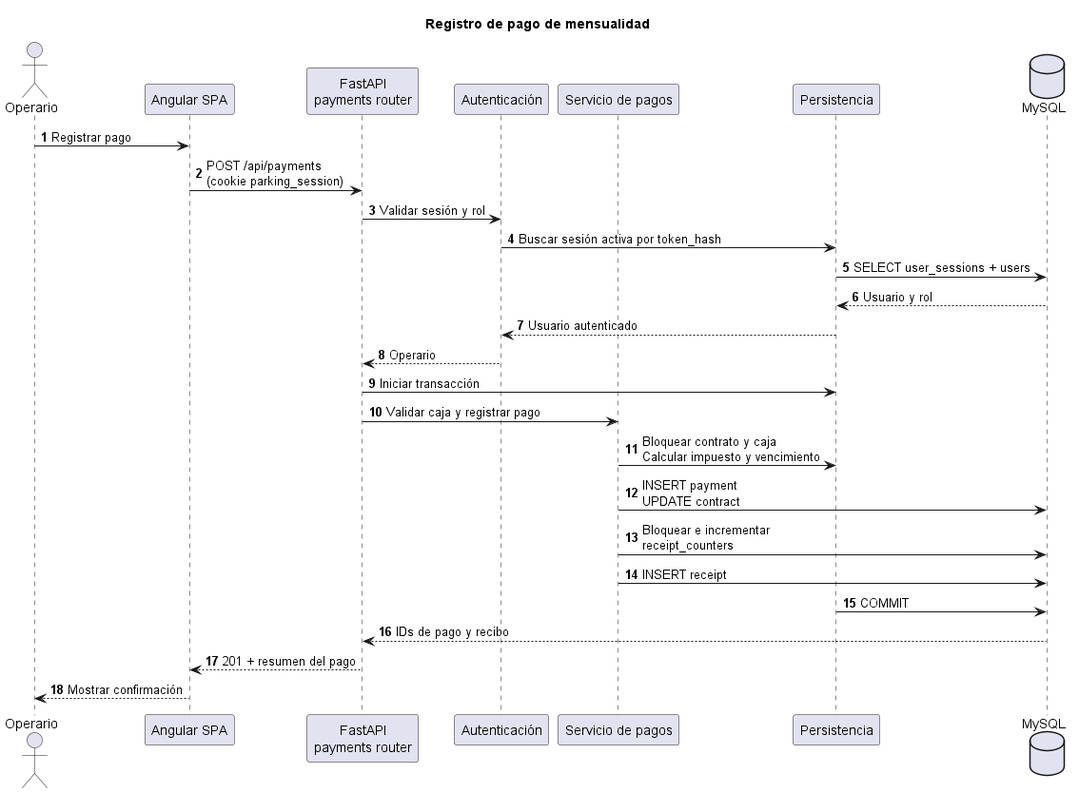
Above: out/docs/arquitectura-sistema/Flujo de registro de pago.png in 1J3G/parqueadero-colombia (PlantUML), before the change. Source of this version:
```plantuml
@startuml Flujo de registro de pago
title Registro de pago de mensualidad
autonumber

actor Operario
participant "Angular SPA" as UI
participant "FastAPI\npayments router" as API
participant "Autenticación" as Auth
participant "Servicio de pagos" as Payments
participant "Persistencia" as DB
database "MySQL" as MySQL

Operario -> UI : Registrar pago
UI -> API : POST /api/payments\n(cookie parking_session)
API -> Auth : Validar sesión y rol
Auth -> DB : Buscar sesión activa por token_hash
DB -> MySQL : SELECT user_sessions + users
MySQL --> DB : Usuario y rol
DB --> Auth : Usuario autenticado
Auth --> API : Operario
API -> DB : Iniciar transacción
API -> Payments : Validar caja y registrar pago
Payments -> DB : Bloquear contrato y caja\nCalcular impuesto y vencimiento
Payments -> MySQL : INSERT payment\nUPDATE contract
Payments -> MySQL : Bloquear e incrementar\nreceipt_counters
Payments -> MySQL : INSERT receipt
DB -> MySQL : COMMIT
MySQL --> API : IDs de pago y recibo
API --> UI : 201 + resumen del pago
UI --> Operario : Mostrar confirmación
@enduml
```
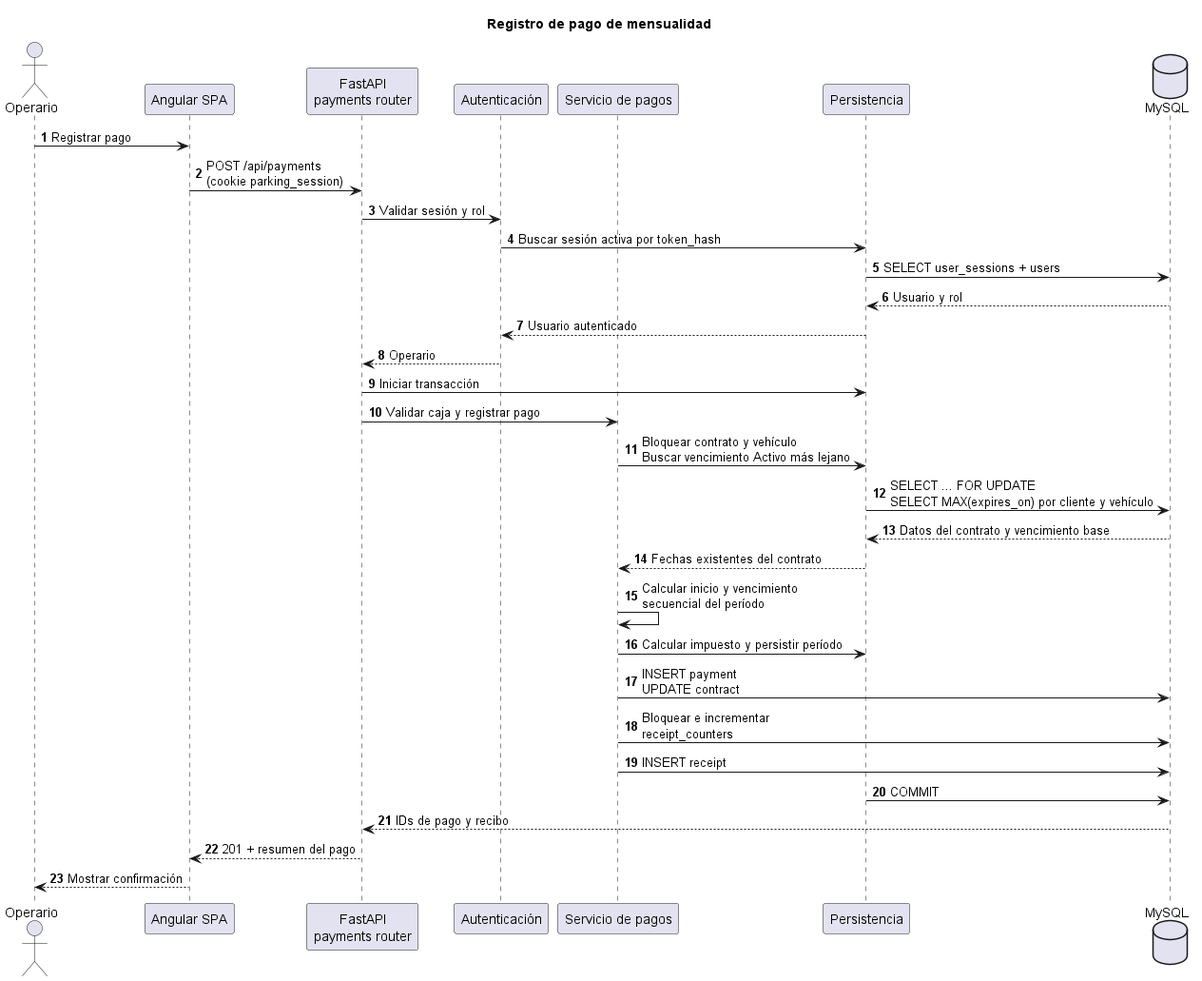
After the commit.

Diff of the diagram source:
```diff
@@ -20,7 +20,12 @@
 Auth --> API : Operario
 API -> DB : Iniciar transacción
 API -> Payments : Validar caja y registrar pago
-Payments -> DB : Bloquear contrato y caja\nCalcular impuesto y vencimiento
+Payments -> DB : Bloquear contrato y vehículo\nBuscar vencimiento Activo más lejano
+DB -> MySQL : SELECT ... FOR UPDATE\nSELECT MAX(expires_on) por cliente y vehículo
+MySQL --> DB : Datos del contrato y vencimiento base
+DB --> Payments : Fechas existentes del contrato
+Payments -> Payments : Calcular inicio y vencimiento\nsecuencial del período
+Payments -> DB : Calcular impuesto y persistir período
 Payments -> MySQL : INSERT payment\nUPDATE contract
 Payments -> MySQL : Bloquear e incrementar\nreceipt_counters
 Payments -> MySQL : INSERT receipt
```
